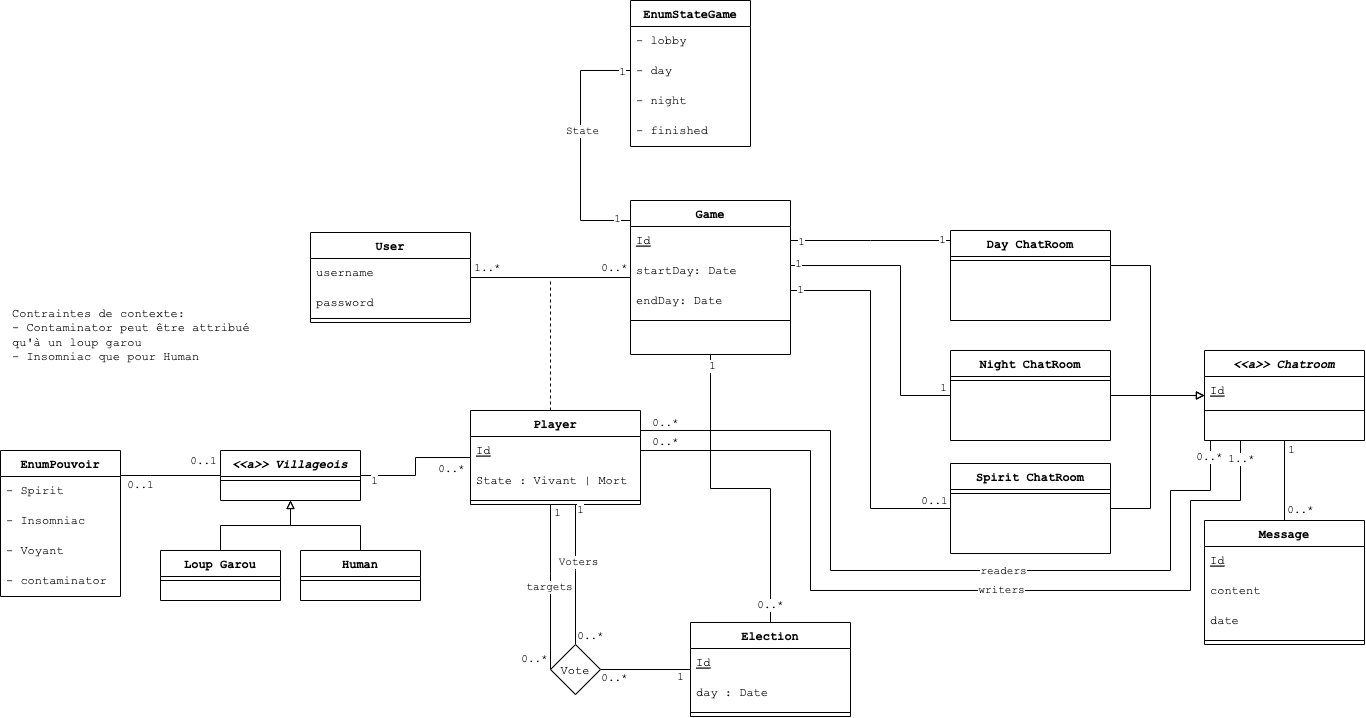
julienbrs/Werewolves-Game-App keeps this draw.io diagram as docs/diagrams/class_diagram.drawio.png. Above is the earlier version. Source tidied: cells renumbered, new cells last; positions are measured from the earlier drawing's top-left corner, leaving out a move shared by most shapes.
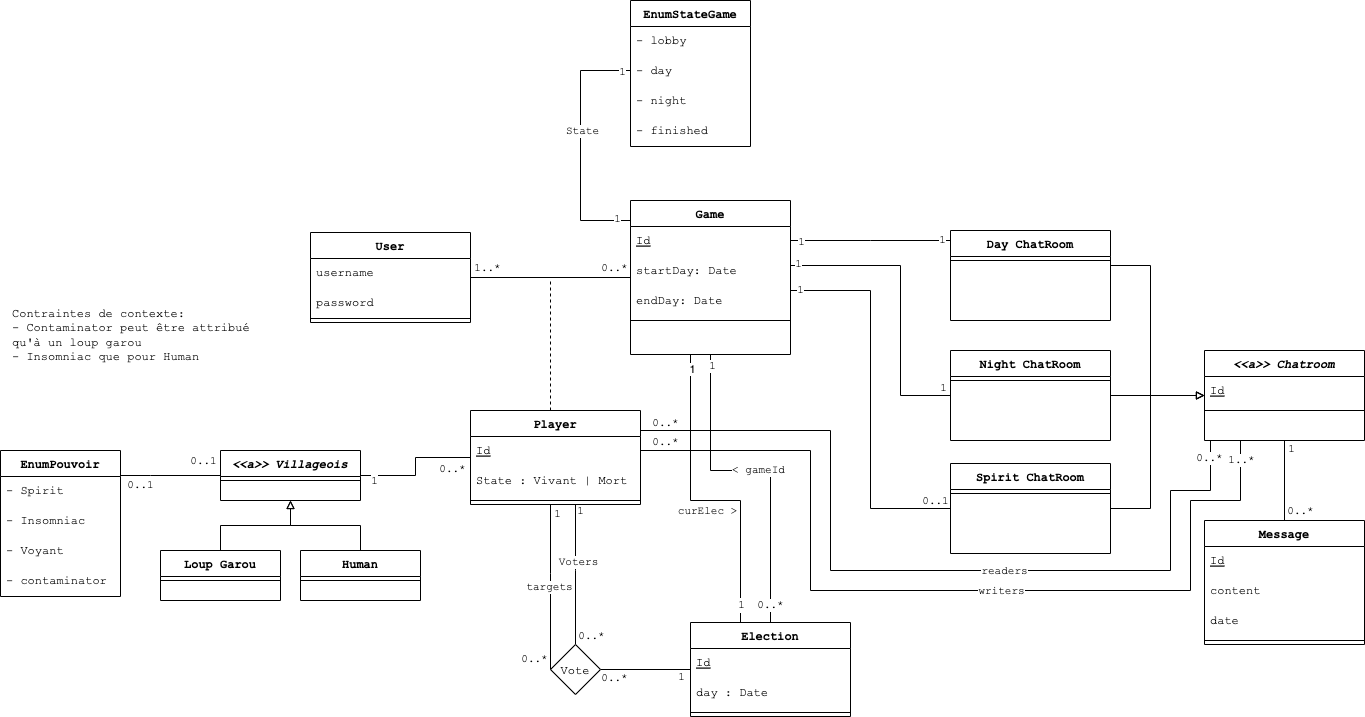
The same diagram one commit later.

What changed in the source:
```diff
@@ -383,8 +383,13 @@
     <mxCell id="90" value="targets" style="edgeLabel;html=1;align=center;verticalAlign=middle;fontFamily=Courier New;" parent="87" vertex="1">
       <mxGeometry x="-0.01" y="-2" relative="1" as="geometry" />
     </mxCell>
-    <mxCell id="91" style="edgeStyle=orthogonalEdgeStyle;rounded=0;html=1;fontFamily=Courier New;endArrow=none;endFill=0;" parent="1" edge="1" source="94" target="11">
-      <mxGeometry relative="1" as="geometry" />
+    <mxCell id="91" value="&amp;lt; gameId" style="edgeStyle=orthogonalEdgeStyle;rounded=0;html=1;fontFamily=Courier New;endArrow=none;endFill=0;" parent="1" edge="1" source="94" target="11">
+      <mxGeometry relative="1" as="geometry">
+        <Array as="points">
+          <mxPoint x="770" y="470" />
+          <mxPoint x="710" y="470" />
+        </Array>
+      </mxGeometry>
     </mxCell>
     <mxCell id="92" value="0..*" style="edgeLabel;html=1;align=center;verticalAlign=middle;fontFamily=Courier New;" parent="91" vertex="1">
       <mxGeometry x="-0.89" y="1" relative="1" as="geometry" />
@@ -392,6 +397,29 @@
     <mxCell id="93" value="1" style="edgeLabel;html=1;align=center;verticalAlign=middle;fontFamily=Courier New;" parent="91" vertex="1">
       <mxGeometry x="0.93" y="-1" relative="1" as="geometry" />
     </mxCell>
+    <mxCell id="105" style="edgeStyle=orthogonalEdgeStyle;html=1;rounded=0;endArrow=none;endFill=0;" parent="1" edge="1" source="94" target="11">
+      <mxGeometry relative="1" as="geometry">
+        <Array as="points">
+          <mxPoint x="740" y="500" />
+          <mxPoint x="690" y="500" />
+        </Array>
+      </mxGeometry>
+    </mxCell>
+    <mxCell id="106" value="1" style="edgeLabel;html=1;align=center;verticalAlign=middle;" parent="105" vertex="1">
+      <mxGeometry x="0.92" y="-1" relative="1" as="geometry">
+        <mxPoint y="1" as="offset" />
+      </mxGeometry>
+    </mxCell>
+    <mxCell id="107" value="&lt;font face=&quot;Courier New&quot;&gt;1&lt;/font&gt;" style="edgeLabel;html=1;align=center;verticalAlign=middle;" parent="105" vertex="1">
+      <mxGeometry x="-0.88" relative="1" as="geometry">
+        <mxPoint y="1" as="offset" />
+      </mxGeometry>
+    </mxCell>
+    <mxCell id="108" value="&lt;font face=&quot;Courier New&quot;&gt;curElec &amp;gt;&lt;/font&gt;" style="edgeLabel;html=1;align=center;verticalAlign=middle;" parent="105" vertex="1">
+      <mxGeometry x="-0.02" y="1" relative="1" as="geometry">
+        <mxPoint y="9" as="offset" />
+      </mxGeometry>
+    </mxCell>
     <mxCell id="94" value="Election" style="swimlane;fontStyle=1;align=center;verticalAlign=top;horizontal=1;startSize=26;rounded=0;shadow=0;strokeWidth=1;fontFamily=Courier New;" parent="1" vertex="1">
       <mxGeometry x="690" y="622" width="160" height="94" as="geometry" />
     </mxCell>
```
